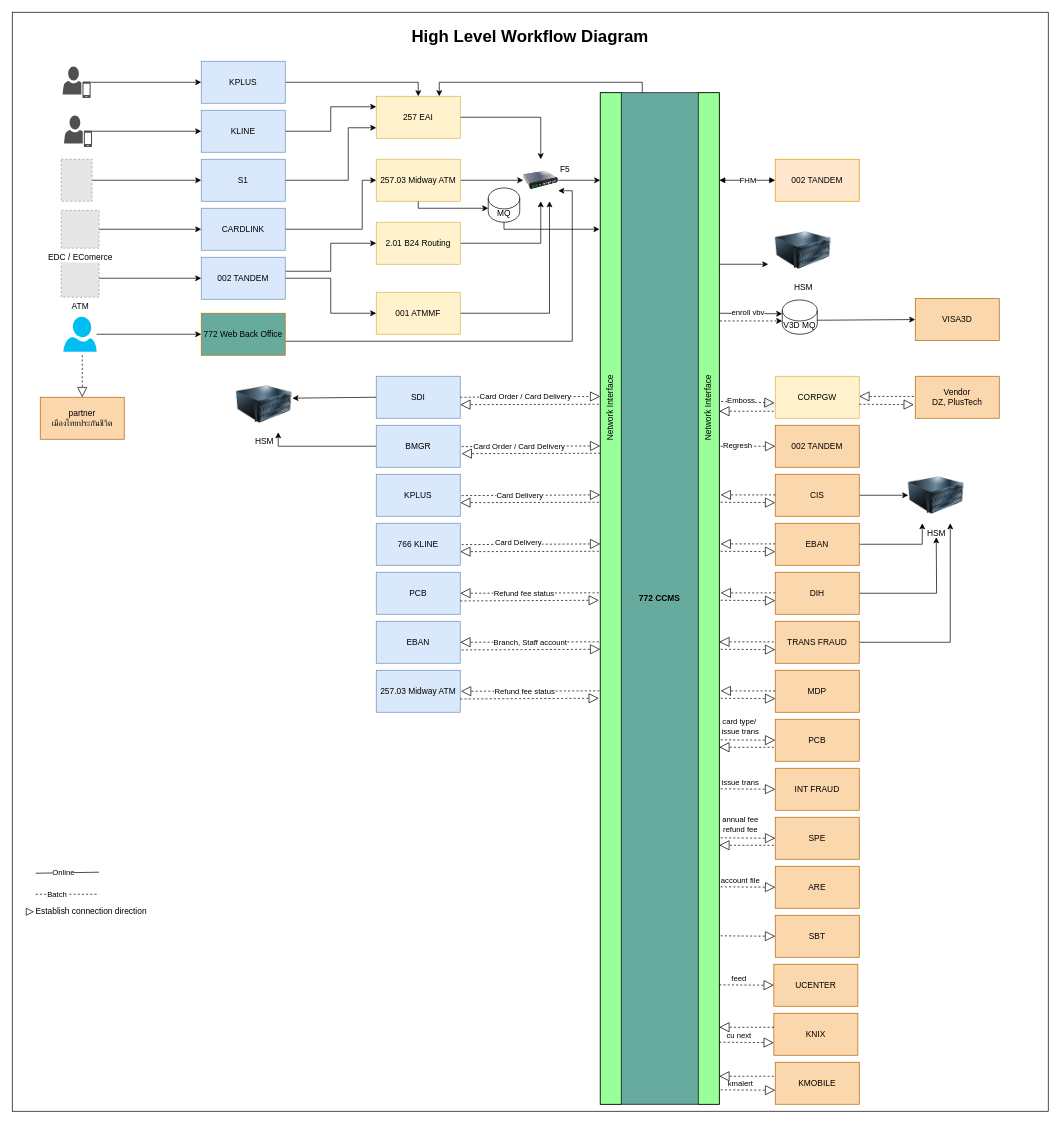
Above: page "High Level Diagram" (2 of 9) of CCMS_Diagram.drawio in chawaratr/drawio (draw.io), before the change. Source tidied: cells renumbered, new cells numbered last; positions are measured from the earlier drawing's top-left corner, leaving out a move shared by most shapes. Both pictures are drawn from the tidied source at 70%, with x=0, y=0 at pixel (12, 12). Pictures stored in the file or linked from it are replaced by grey dashed boxes.
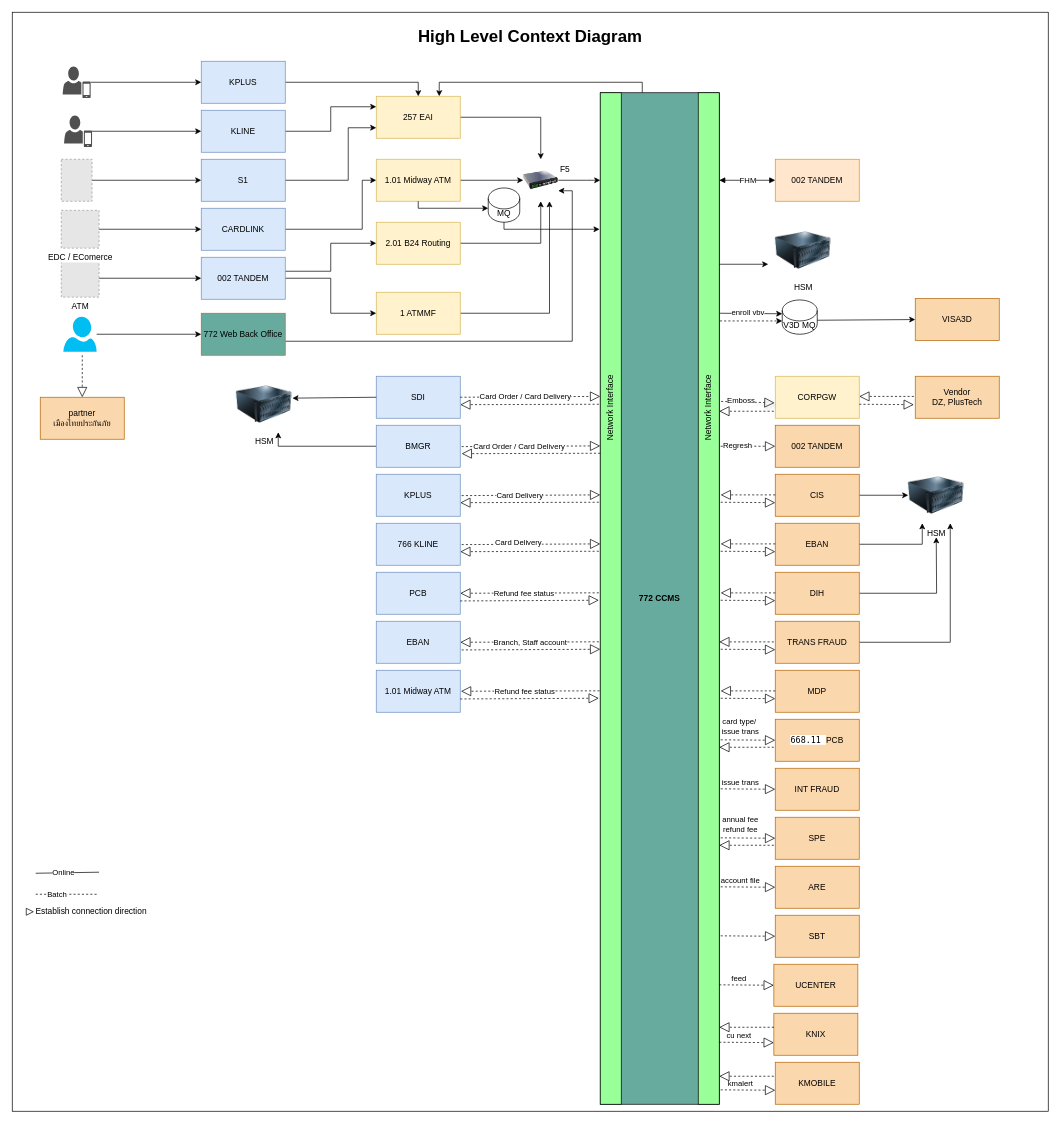
After the change.

Diff of the diagram source:
```diff
@@
-    <mxCell id="10" value="257.03 Midway ATM" style="rounded=0;whiteSpace=wrap;html=1;fillColor=#fff2cc;strokeColor=#d6b656;" parent="1" vertex="1">
+    <mxCell id="10" value="1.01 Midway ATM" style="rounded=0;whiteSpace=wrap;html=1;fillColor=#fff2cc;strokeColor=#d6b656;" parent="1" vertex="1">
       <mxGeometry x="520" y="210" width="120" height="60" as="geometry" />
     </mxCell>
@@
-    <mxCell id="14" value="001 ATMMF" style="rounded=0;whiteSpace=wrap;html=1;fillColor=#fff2cc;strokeColor=#d6b656;" parent="1" vertex="1">
+    <mxCell id="14" value="1 ATMMF" style="rounded=0;whiteSpace=wrap;html=1;fillColor=#fff2cc;strokeColor=#d6b656;" parent="1" vertex="1">
       <mxGeometry x="520" y="400" width="120" height="60" as="geometry" />
     </mxCell>
@@
-    <mxCell id="75" value="&lt;h1&gt;High Level Workflow Diagram&lt;/h1&gt;" style="text;html=1;align=center;verticalAlign=middle;whiteSpace=wrap;rounded=0;" parent="1" vertex="1">
+    <mxCell id="75" value="&lt;h1&gt;High Level Context Diagram&lt;/h1&gt;" style="text;html=1;align=center;verticalAlign=middle;whiteSpace=wrap;rounded=0;" parent="1" vertex="1">
       <mxGeometry y="20" width="1480" height="30" as="geometry" />
     </mxCell>
@@
-    <mxCell id="89" value="PCB" style="rounded=0;whiteSpace=wrap;html=1;fillColor=#fad7ac;strokeColor=#b46504;" parent="1" vertex="1">
+    <mxCell id="89" value="&lt;span style=&quot;color: rgb(0, 0, 0); background-color: rgb(255, 255, 254); font-family: Menlo, Monaco, &amp;quot;Courier New&amp;quot;, monospace; white-space: pre;&quot;&gt;668.11 &lt;/span&gt;PCB" style="rounded=0;whiteSpace=wrap;html=1;fillColor=#fad7ac;strokeColor=#b46504;" parent="1" vertex="1">
       <mxGeometry x="1090" y="1010" width="120" height="60" as="geometry" />
     </mxCell>
@@
-    <mxCell id="102" value="257.03 Midway ATM" style="rounded=0;whiteSpace=wrap;html=1;fillColor=#dae8fc;strokeColor=#6c8ebf;" parent="1" vertex="1">
+    <mxCell id="102" value="1.01 Midway ATM" style="rounded=0;whiteSpace=wrap;html=1;fillColor=#dae8fc;strokeColor=#6c8ebf;" parent="1" vertex="1">
       <mxGeometry x="520" y="940" width="120" height="60" as="geometry" />
     </mxCell>
@@
-    <mxCell id="154" value="partner&lt;div&gt;เมืองไทยประกันชีวิต&lt;/div&gt;" style="rounded=0;whiteSpace=wrap;html=1;fillColor=#fad7ac;strokeColor=#b46504;" parent="1" vertex="1">
+    <mxCell id="154" value="partner&lt;div&gt;เมืองไทยประกันภัย&lt;/div&gt;" style="rounded=0;whiteSpace=wrap;html=1;fillColor=#fad7ac;strokeColor=#b46504;" parent="1" vertex="1">
       <mxGeometry x="40" y="550" width="120" height="60" as="geometry" />
     </mxCell>
```
